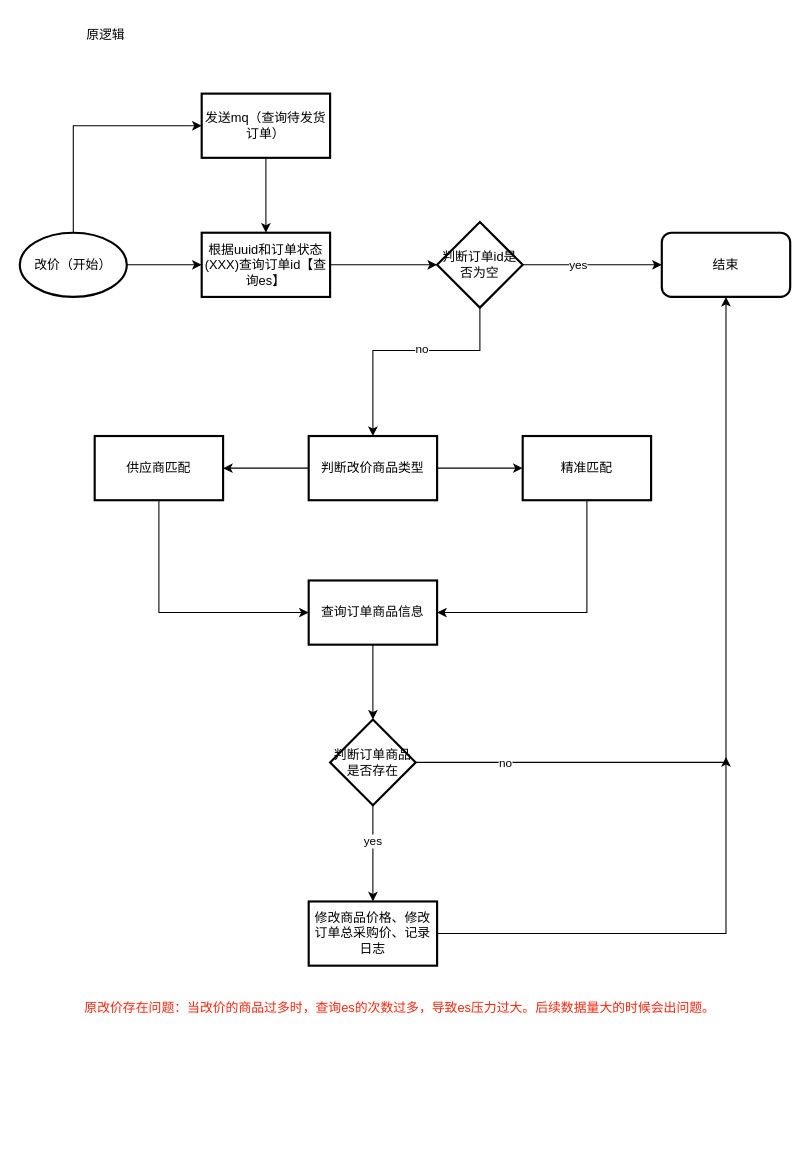
Before: 快销改价.drawio in bian0814/draw.io, a draw.io diagram. Source tidied: cells renumbered, new cells numbered last; positions are measured from the earlier drawing's top-left corner, leaving out a move shared by most shapes. Both pictures are drawn from the tidied source at 107%, with x=0, y=0 at pixel (19, 18).
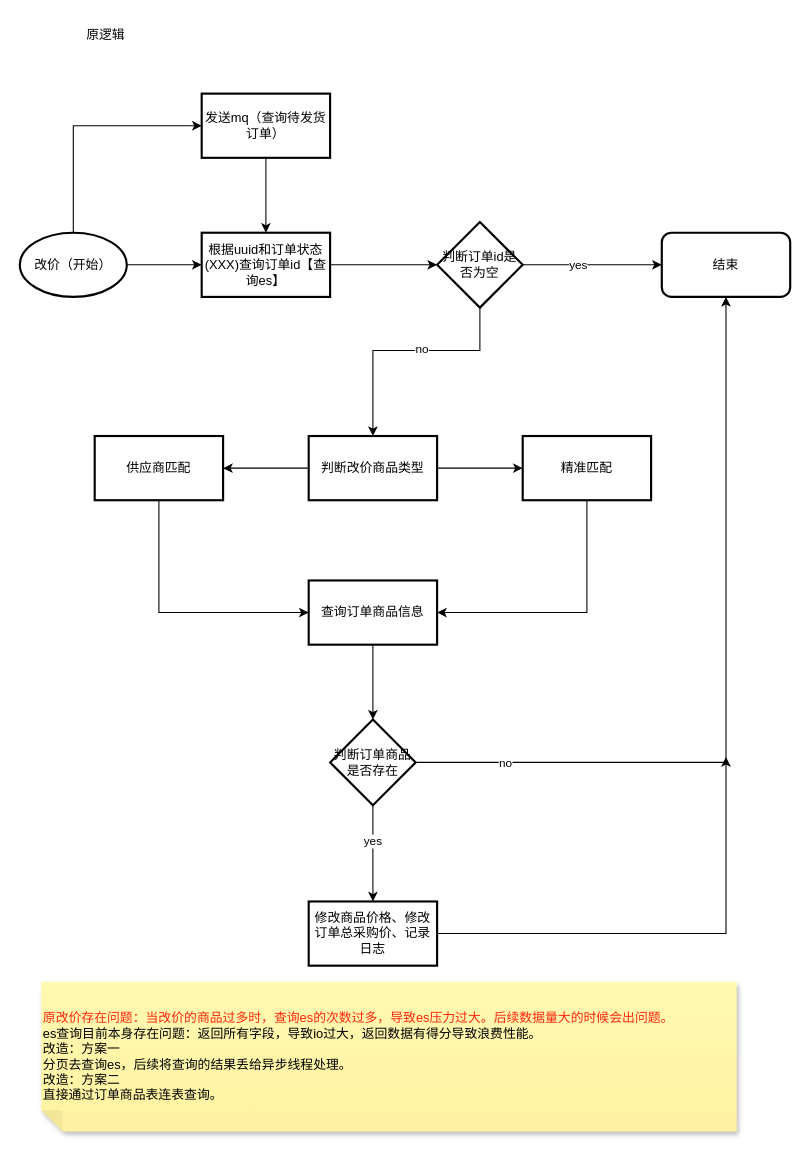
The same page after the edit.

Commit message (it also covers changes not shown here):
更新快销改价.drawio

Change to the diagram source:
```diff
@@
-    <mxCell id="32" value="&lt;font style=&quot;color: rgb(255, 37, 13);&quot;&gt;原改价存在问题：当改价的商品过多时，查询es的次数过多，导致es压力过大。后续数据量大的时候会出问题。&lt;/font&gt;" style="text;html=1;align=center;verticalAlign=middle;strokeColor=none;fillColor=none;" parent="1" vertex="1">
-      <mxGeometry x="50" y="910" width="610" height="30" as="geometry" />
-    </mxCell>
+    <mxCell id="33" value="&lt;span style=&quot;color: rgb(255, 37, 13); text-wrap-mode: nowrap;&quot;&gt;原改价存在问题：当改价的商品过多时，查询es的次数过多，导致es压力过大。后续数据量大的时候会出问题。&lt;/span&gt;&lt;div&gt;&lt;span style=&quot;color: rgb(255, 37, 13); text-wrap-mode: nowrap;&quot;&gt;&lt;span style=&quot;color: rgb(0, 0, 0);&quot;&gt;es查询目前本身存在问题：返回所有字段，导致io过大，返回数据有得分导致浪费性能。&lt;/span&gt;&lt;/span&gt;&lt;/div&gt;&lt;div&gt;&lt;span style=&quot;color: rgb(255, 37, 13); text-wrap-mode: nowrap;&quot;&gt;&lt;span style=&quot;color: rgb(0, 0, 0);&quot;&gt;改造：方案一&lt;div&gt;分页去查询es，后续将查询的结果丢给异步线程处理。&lt;/div&gt;&lt;div&gt;改造：方案二&lt;div&gt;直接通过订单商品表连表查询。&lt;/div&gt;&lt;/div&gt;&lt;/span&gt;&lt;/span&gt;&lt;/div&gt;" style="shape=note;whiteSpace=wrap;html=1;backgroundOutline=1;fontColor=#000000;darkOpacity=0.05;fillColor=#FFF9B2;strokeColor=none;fillStyle=solid;direction=west;gradientDirection=north;gradientColor=#FFF2A1;shadow=1;size=20;align=left;" parent="1" vertex="1">
+      <mxGeometry x="20" y="900" width="650" height="140" as="geometry" />
+    </mxCell>
```
